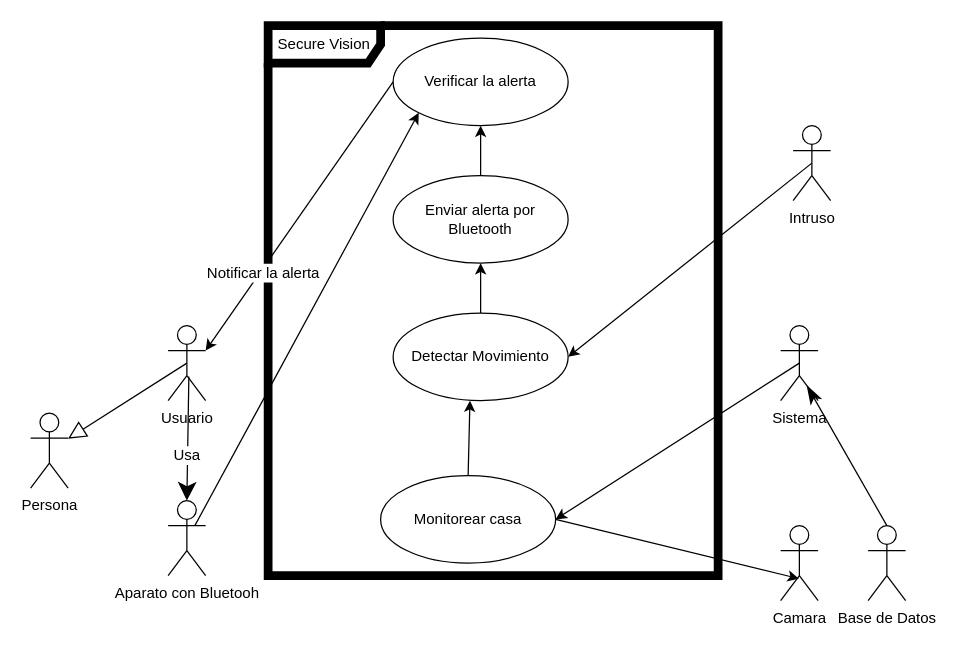
The draw.io diagram design/DUC.DIO in Chrissisx/prjSistemaSeguridadDomestica, before the edit. Source tidied: cells renumbered, new cells numbered last; positions are measured from the earlier drawing's top-left corner, leaving out a move shared by most shapes. Both pictures are drawn from the tidied source at 125%, with x=0, y=0 at pixel (30, 25).
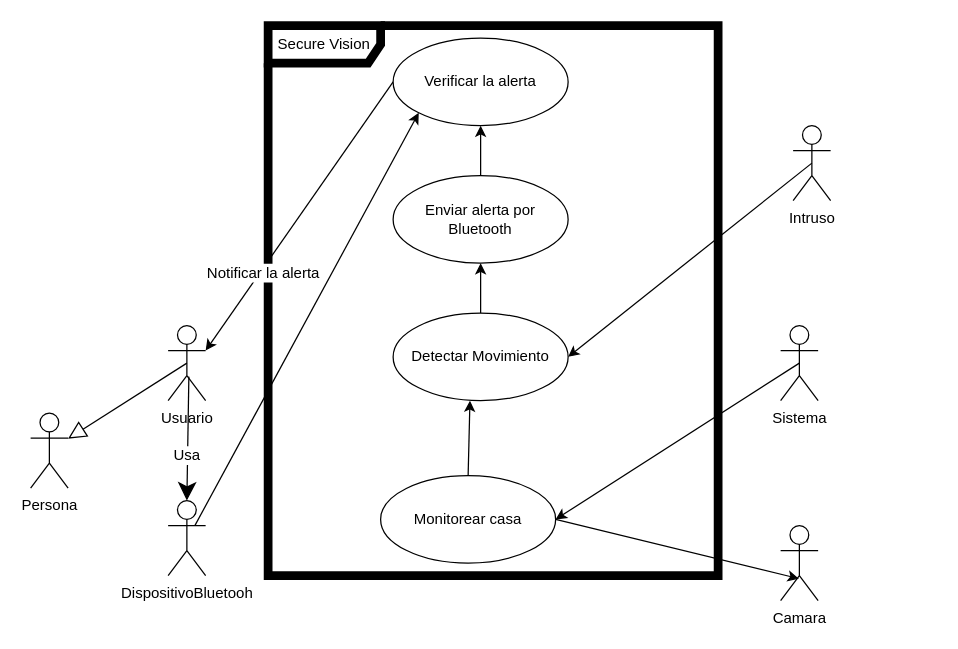
The same diagram, later.

The change refers to these unchanged cells:
```xml
<mxCell id="6" value="Sistema" style="shape=umlActor;verticalLabelPosition=bottom;verticalAlign=top;html=1;" parent="1" vertex="1">
  <mxGeometry x="600" y="240" width="30" height="60" as="geometry" />
</mxCell>
```

Change to the diagram source:
```diff
@@
+    <mxCell id="15" value="Secure Vision" style="shape=umlFrame;whiteSpace=wrap;html=1;strokeWidth=7;width=90;height=30;" parent="1" vertex="1">
+      <mxGeometry x="190" width="360" height="440" as="geometry" />
+    </mxCell>
@@
-    <mxCell id="15" value="Secure Vision" style="shape=umlFrame;whiteSpace=wrap;html=1;strokeWidth=7;width=90;height=30;" parent="1" vertex="1">
-      <mxGeometry x="190" width="360" height="440" as="geometry" />
-    </mxCell>
-    <mxCell id="16" value="Base de Datos" style="shape=umlActor;verticalLabelPosition=bottom;verticalAlign=top;html=1;" parent="1" vertex="1">
-      <mxGeometry x="670" y="400" width="30" height="60" as="geometry" />
-    </mxCell>
-    <mxCell id="17" style="endArrow=classicThin;endFill=1;endSize=12;html=1;fontFamily=Helvetica;fontSize=12;fontColor=default;entryX=0.7;entryY=0.8;entryDx=0;entryDy=0;entryPerimeter=0;exitX=0.5;exitY=0;exitDx=0;exitDy=0;exitPerimeter=0;" parent="1" edge="1" source="16" target="6">
-      <mxGeometry relative="1" as="geometry" />
-    </mxCell>
@@
-    <mxCell id="19" value="Aparato con Bluetooh" style="shape=umlActor;verticalLabelPosition=bottom;verticalAlign=top;html=1;" parent="1" vertex="1">
+    <mxCell id="19" value="DispositivoBluetooh" style="shape=umlActor;verticalLabelPosition=bottom;verticalAlign=top;html=1;" parent="1" vertex="1">
       <mxGeometry x="110" y="380" width="30" height="60" as="geometry" />
     </mxCell>
```
